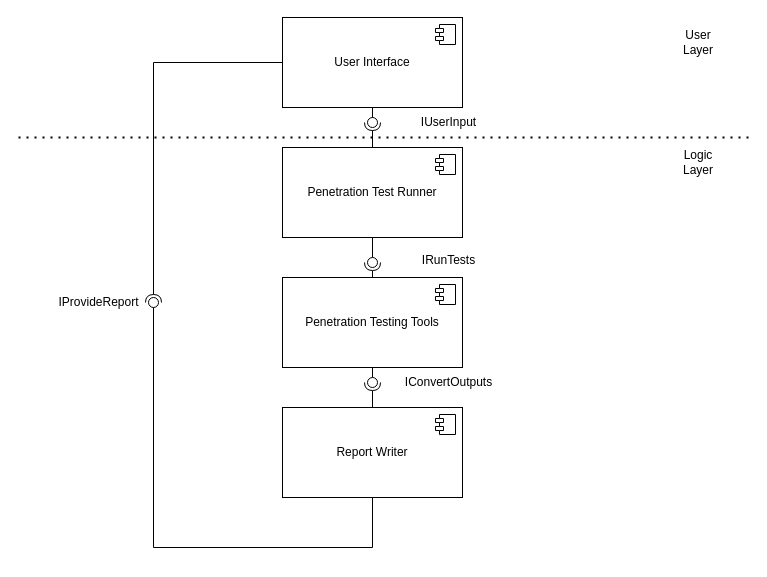
Earlier version of the draw.io diagram Automated Pentester Design Overall.drawio (AdamT-S/Final-Year-Project_Fusion-UAST). Source tidied: cells renumbered, new cells numbered last; positions are measured from the earlier drawing's top-left corner, leaving out a move shared by most shapes. Both pictures are drawn from the tidied source at 100%, with x=0, y=0 at pixel (18, 17).
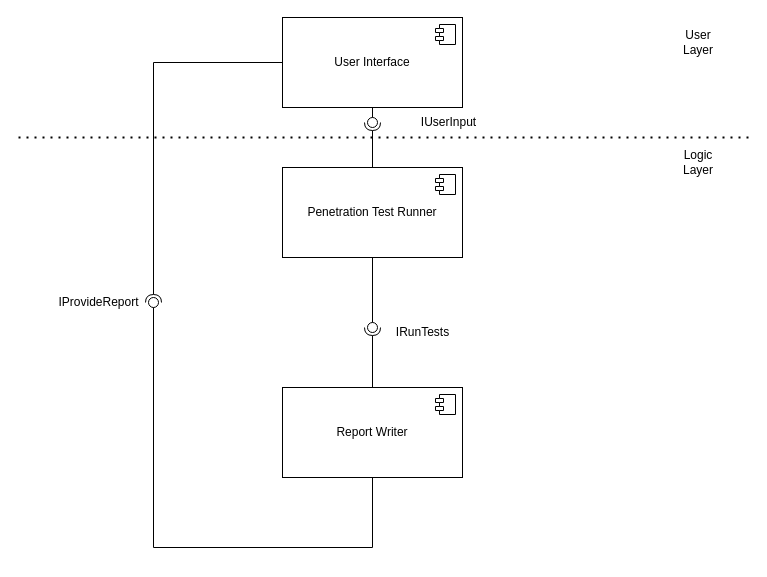
The same diagram, later.

Commit message (it also covers changes not shown here):
Added Component Diagrams

Diff of the diagram source:
```diff
@@
     <mxCell id="4" value="Penetration Test Runner" style="html=1;whiteSpace=wrap;" parent="1" vertex="1">
-      <mxGeometry x="264" y="130" width="180" height="90" as="geometry" />
+      <mxGeometry x="264" y="150" width="180" height="90" as="geometry" />
     </mxCell>
@@
-    <mxCell id="6" value="Penetration Testing Tools" style="html=1;whiteSpace=wrap;" parent="1" vertex="1">
-      <mxGeometry x="264" y="260" width="180" height="90" as="geometry" />
-    </mxCell>
-    <mxCell id="7" style="shape=module;jettyWidth=8;jettyHeight=4;" parent="6" vertex="1">
-      <mxGeometry x="1" width="20" height="20" relative="1" as="geometry">
-        <mxPoint x="-27" y="7" as="offset" />
-      </mxGeometry>
-    </mxCell>
     <mxCell id="8" value="Report Writer" style="html=1;whiteSpace=wrap;" parent="1" vertex="1">
-      <mxGeometry x="264" y="390" width="180" height="90" as="geometry" />
+      <mxGeometry x="264" y="370" width="180" height="90" as="geometry" />
     </mxCell>
@@
-    <mxCell id="13" style="rounded=0;jettySize=auto;html=1;endArrow=halfCircle;endFill=0;endSize=6;strokeWidth=1;sketch=0;exitX=0.5;exitY=0;exitDx=0;exitDy=0;" parent="1" edge="1" source="6" target="15">
-      <mxGeometry relative="1" as="geometry" />
-    </mxCell>
-    <mxCell id="14" style="rounded=0;jettySize=auto;html=1;endArrow=oval;endFill=0;sketch=0;sourcePerimeterSpacing=0;targetPerimeterSpacing=0;endSize=10;exitX=0.5;exitY=1;exitDx=0;exitDy=0;" parent="1" edge="1" source="4" target="15">
-      <mxGeometry relative="1" as="geometry" />
+    <mxCell id="14" style="rounded=0;jettySize=auto;html=1;endArrow=oval;endFill=0;sketch=0;sourcePerimeterSpacing=0;targetPerimeterSpacing=0;endSize=10;exitX=0.5;exitY=1;exitDx=0;exitDy=0;" parent="1" edge="1" source="4">
+      <mxGeometry relative="1" as="geometry">
+        <mxPoint x="354" y="310" as="targetPoint" />
+      </mxGeometry>
     </mxCell>
-    <mxCell id="15" style="ellipse;whiteSpace=wrap;html=1;align=center;fillColor=none;strokeColor=none;perimeter=centerPerimeter;points=[];outlineConnect=1;" parent="1" vertex="1">
-      <mxGeometry x="349" y="240" width="10" height="10" as="geometry" />
-    </mxCell>
-    <mxCell id="16" style="rounded=0;jettySize=auto;html=1;endArrow=halfCircle;endFill=0;endSize=6;strokeWidth=1;sketch=0;exitX=0.5;exitY=0;exitDx=0;exitDy=0;" parent="1" edge="1" source="8" target="18">
-      <mxGeometry relative="1" as="geometry" />
+    <mxCell id="16" style="rounded=0;jettySize=auto;html=1;endArrow=halfCircle;endFill=0;endSize=6;strokeWidth=1;sketch=0;exitX=0.5;exitY=0;exitDx=0;exitDy=0;" parent="1" edge="1" source="8">
+      <mxGeometry relative="1" as="geometry">
+        <mxPoint x="354" y="310" as="targetPoint" />
+      </mxGeometry>
     </mxCell>
-    <mxCell id="17" style="rounded=0;jettySize=auto;html=1;endArrow=oval;endFill=0;sketch=0;sourcePerimeterSpacing=0;targetPerimeterSpacing=0;endSize=10;exitX=0.5;exitY=1;exitDx=0;exitDy=0;" parent="1" edge="1" source="6" target="18">
-      <mxGeometry relative="1" as="geometry" />
-    </mxCell>
-    <mxCell id="18" style="ellipse;whiteSpace=wrap;html=1;align=center;fillColor=none;strokeColor=none;perimeter=centerPerimeter;points=[];outlineConnect=1;" parent="1" vertex="1">
-      <mxGeometry x="349" y="360" width="10" height="10" as="geometry" />
-    </mxCell>
@@
     <mxCell id="26" value="IRunTests" style="text;html=1;align=center;verticalAlign=middle;strokeColor=none;fillColor=none;" parent="1" vertex="1">
-      <mxGeometry x="390" y="228" width="80" height="30" as="geometry" />
+      <mxGeometry x="364" y="300" width="80" height="30" as="geometry" />
     </mxCell>
-    <mxCell id="27" value="IConvertOutputs" style="text;html=1;align=center;verticalAlign=middle;strokeColor=none;fillColor=none;" parent="1" vertex="1">
-      <mxGeometry x="375" y="350" width="110" height="30" as="geometry" />
-    </mxCell>
```
